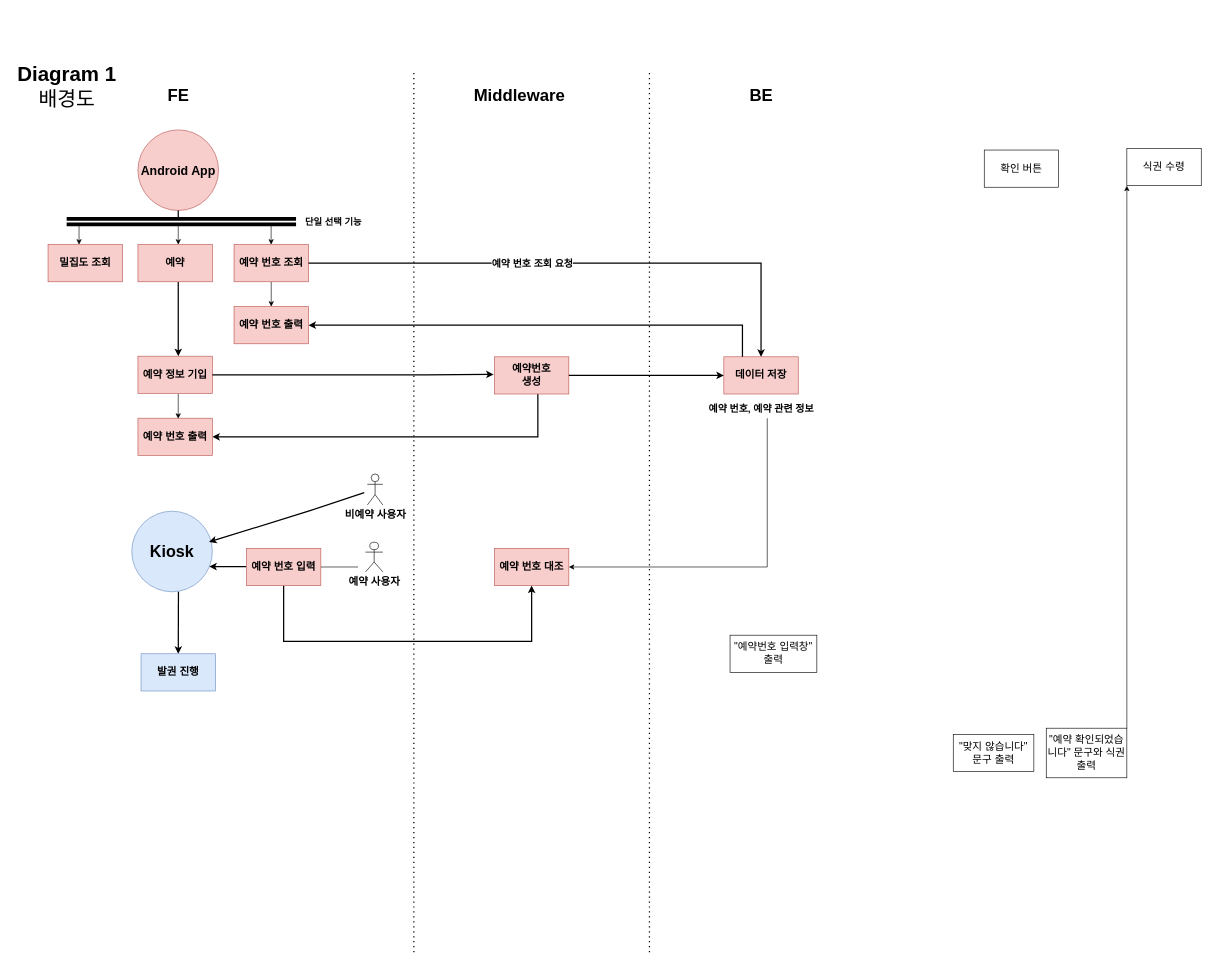
Earlier version of the draw.io diagram Background_Diagram_01_SWProject.drawio (StrongCatWill/SWProject). Source tidied: cells renumbered, new cells numbered last; positions are measured from the earlier drawing's top-left corner, leaving out a move shared by most shapes. Both pictures are drawn from the tidied source at 62%, with x=0, y=0 at pixel (11, 71).
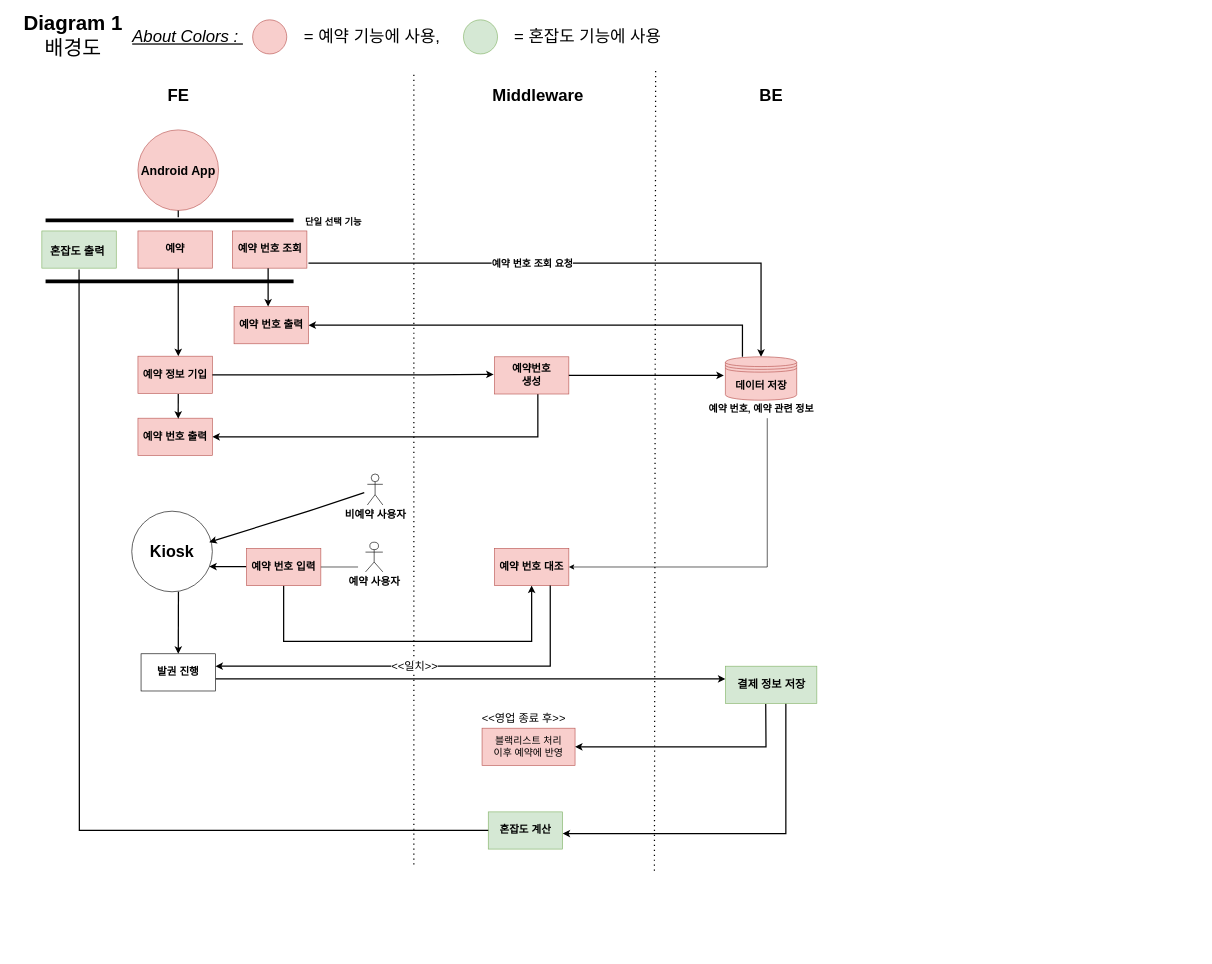
Above is the later version.

Unchanged cells that the change refers to:
```xml
<mxCell id="9" value="&lt;b&gt;예약번호&lt;br&gt;생성&lt;/b&gt;" style="rounded=0;whiteSpace=wrap;html=1;fontSize=17;fillColor=#f8cecc;strokeColor=#b85450;" parent="1" vertex="1">
  <mxGeometry x="780" y="461" width="120" height="60" as="geometry" />
</mxCell>
<mxCell id="34" value="&lt;b&gt;예약 번호 출력&lt;/b&gt;" style="whiteSpace=wrap;html=1;fontSize=17;rounded=0;fillColor=#f8cecc;strokeColor=#b85450;" parent="1" vertex="1">
  <mxGeometry x="360" y="380" width="120" height="60" as="geometry" />
</mxCell>
<mxCell id="38" value="&lt;b&gt;예약 번호 출력&lt;/b&gt;" style="whiteSpace=wrap;html=1;fontSize=17;fillColor=#f8cecc;strokeColor=#b85450;rounded=0;" parent="1" vertex="1">
  <mxGeometry x="205" y="560" width="120" height="60" as="geometry" />
</mxCell>
<mxCell id="47" value="&lt;font style=&quot;font-size: 17px&quot;&gt;&lt;b&gt;예약 번호 대조&lt;/b&gt;&lt;/font&gt;" style="whiteSpace=wrap;html=1;fontSize=16;fillColor=#f8cecc;strokeColor=#b85450;rounded=0;" parent="1" vertex="1">
  <mxGeometry x="780" y="770" width="120" height="60" as="geometry" />
</mxCell>
```

Change to the diagram source:
```diff
@@
     <mxCell id="3" value="&lt;b&gt;&lt;font style=&quot;font-size: 27px&quot;&gt;Middleware&lt;/font&gt;&lt;/b&gt;" style="text;html=1;align=center;verticalAlign=middle;strokeColor=none;fillColor=none;fontSize=13;" parent="1" vertex="1">
-      <mxGeometry x="740" y="25" width="160" height="30" as="geometry" />
+      <mxGeometry x="770" y="25" width="160" height="30" as="geometry" />
     </mxCell>
     <mxCell id="4" value="&lt;font style=&quot;font-size: 33px&quot;&gt;&lt;b&gt;Diagram 1&lt;/b&gt;&lt;br&gt;배경도&lt;br&gt;&lt;/font&gt;" style="text;html=1;align=center;verticalAlign=middle;strokeColor=none;fillColor=none;fontSize=13;" parent="1" vertex="1">
-      <mxGeometry width="180" height="50" as="geometry" />
+      <mxGeometry x="10" y="-82.5" width="180" height="50" as="geometry" />
     </mxCell>
@@
     <mxCell id="6" value="&lt;b&gt;예약&lt;/b&gt;" style="rounded=0;whiteSpace=wrap;html=1;fontSize=17;fillColor=#f8cecc;strokeColor=#b85450;" parent="1" vertex="1">
-      <mxGeometry x="205" y="280" width="120" height="60" as="geometry" />
+      <mxGeometry x="205" y="258" width="120" height="60" as="geometry" />
     </mxCell>
-    <mxCell id="7" value="&lt;b&gt;데이터 저장&lt;/b&gt;" style="rounded=0;whiteSpace=wrap;html=1;fontSize=17;fillColor=#f8cecc;strokeColor=#b85450;" parent="1" vertex="1">
-      <mxGeometry x="1150" y="461" width="120" height="60" as="geometry" />
-    </mxCell>
@@
     <mxCell id="10" value="&lt;b&gt;&lt;font style=&quot;font-size: 27px&quot;&gt;BE&lt;/font&gt;&lt;/b&gt;" style="text;html=1;align=center;verticalAlign=middle;strokeColor=none;fillColor=none;fontSize=13;" parent="1" vertex="1">
-      <mxGeometry x="1185" y="25" width="50" height="30" as="geometry" />
+      <mxGeometry x="1201.2" y="25" width="50" height="30" as="geometry" />
     </mxCell>
-    <mxCell id="11" value="&quot;예약번호 입력창&quot; 출력" style="rounded=0;whiteSpace=wrap;html=1;fontSize=17;" parent="1" vertex="1">
-      <mxGeometry x="1160" y="910" width="140" height="60" as="geometry" />
-    </mxCell>
-    <mxCell id="12" value="확인 버튼" style="rounded=0;whiteSpace=wrap;html=1;fontSize=17;" parent="1" vertex="1">
-      <mxGeometry x="1570" y="127.5" width="120" height="60" as="geometry" />
-    </mxCell>
-    <mxCell id="13" value="&quot;예약 확인되었습니다&quot; 문구와 식권 출력" style="rounded=0;whiteSpace=wrap;html=1;fontSize=17;" parent="1" vertex="1">
-      <mxGeometry x="1670" y="1060" width="130" height="80" as="geometry" />
-    </mxCell>
-    <mxCell id="14" value="&quot;맞지 않습니다&quot; 문구 출력" style="rounded=0;whiteSpace=wrap;html=1;fontSize=17;" parent="1" vertex="1">
-      <mxGeometry x="1520" y="1070" width="130" height="60" as="geometry" />
-    </mxCell>
-    <mxCell id="15" value="식권 수령" style="rounded=0;whiteSpace=wrap;html=1;fontSize=17;" parent="1" vertex="1">
-      <mxGeometry x="1800" y="125" width="120" height="60" as="geometry" />
-    </mxCell>
-    <mxCell id="16" style="endArrow=classic;html=1;rounded=0;fontSize=17;exitX=1;exitY=0;exitDx=0;exitDy=0;entryX=0;entryY=1;entryDx=0;entryDy=0;" parent="1" edge="1" source="13" target="15">
-      <mxGeometry relative="1" as="geometry" />
-    </mxCell>
@@
-    <mxCell id="18" value="&lt;b&gt;밀집도 조회&lt;/b&gt;" style="rounded=0;whiteSpace=wrap;html=1;fontSize=17;fillColor=#f8cecc;strokeColor=#b85450;" parent="1" vertex="1">
-      <mxGeometry x="60" y="280" width="120" height="60" as="geometry" />
-    </mxCell>
-    <mxCell id="19" style="shape=link;html=1;rounded=0;fontSize=18;strokeWidth=6;" parent="1" edge="1">
+    <mxCell id="19" style="shape=link;html=1;rounded=0;fontSize=18;strokeWidth=6;width=93.33333333333334;" parent="1" edge="1">
       <mxGeometry relative="1" as="geometry">
-        <mxPoint x="90" y="243" as="sourcePoint" />
-        <mxPoint x="460" y="243" as="targetPoint" />
+        <mxPoint x="56" y="290" as="sourcePoint" />
+        <mxPoint x="456" y="290" as="targetPoint" />
       </mxGeometry>
     </mxCell>
-    <mxCell id="20" style="endArrow=classic;html=1;rounded=0;fontSize=18;" parent="1" edge="1" target="18">
-      <mxGeometry relative="1" as="geometry">
-        <mxPoint x="110" y="250" as="sourcePoint" />
-        <Array as="points">
-          <mxPoint x="110" y="280" />
-        </Array>
-      </mxGeometry>
-    </mxCell>
-    <mxCell id="21" style="endArrow=classic;html=1;rounded=0;fontSize=18;" parent="1" edge="1">
-      <mxGeometry relative="1" as="geometry">
-        <mxPoint x="270" y="250" as="sourcePoint" />
-        <mxPoint x="270" y="280" as="targetPoint" />
-        <Array as="points">
-          <mxPoint x="270" y="280" />
-        </Array>
-      </mxGeometry>
-    </mxCell>
@@
-    <mxCell id="25" style="endArrow=classic;html=1;rounded=0;fontSize=18;strokeWidth=2;entryX=0;entryY=0.5;entryDx=0;entryDy=0;exitX=1;exitY=0.5;exitDx=0;exitDy=0;" parent="1" edge="1" source="9" target="7">
-      <mxGeometry relative="1" as="geometry" />
+    <mxCell id="25" style="endArrow=classic;html=1;rounded=0;fontSize=18;strokeWidth=2;entryX=0;entryY=0.5;entryDx=0;entryDy=0;exitX=1;exitY=0.5;exitDx=0;exitDy=0;" parent="1" edge="1" source="9">
+      <mxGeometry relative="1" as="geometry">
+        <mxPoint x="1150" y="491" as="targetPoint" />
+      </mxGeometry>
     </mxCell>
-    <mxCell id="26" style="edgeStyle=orthogonalEdgeStyle;rounded=0;jettySize=auto;html=1;fontSize=13;strokeWidth=1;" parent="1" edge="1" source="27" target="34">
-      <mxGeometry relative="1" as="geometry" />
-    </mxCell>
     <mxCell id="27" value="&lt;b&gt;예약 번호 조회&lt;/b&gt;" style="rounded=0;whiteSpace=wrap;html=1;fontSize=17;fillColor=#f8cecc;strokeColor=#b85450;" parent="1" vertex="1">
-      <mxGeometry x="360" y="280" width="120" height="60" as="geometry" />
+      <mxGeometry x="357.5" y="258" width="120" height="60" as="geometry" />
     </mxCell>
-    <mxCell id="28" style="endArrow=classic;html=1;rounded=0;fontSize=18;" parent="1" edge="1">
-      <mxGeometry relative="1" as="geometry">
-        <mxPoint x="419.8" y="250" as="sourcePoint" />
-        <mxPoint x="419.8" y="280" as="targetPoint" />
-        <Array as="points">
-          <mxPoint x="419.8" y="280" />
-        </Array>
-      </mxGeometry>
-    </mxCell>
@@
-    <mxCell id="31" style="endArrow=classic;html=1;rounded=0;fontSize=13;strokeWidth=2;entryX=0.5;entryY=0;entryDx=0;entryDy=0;" parent="1" edge="1" target="7">
+    <mxCell id="31" style="endArrow=classic;html=1;rounded=0;fontSize=13;strokeWidth=2;entryX=0.5;entryY=0;entryDx=0;entryDy=0;" parent="1" edge="1">
       <mxGeometry relative="1" as="geometry">
         <mxPoint x="480" y="310" as="sourcePoint" />
+        <mxPoint x="1210" y="461" as="targetPoint" />
         <Array as="points">
           <mxPoint x="1210" y="310" />
         </Array>
       </mxGeometry>
     </mxCell>
@@
-    <mxCell id="33" style="endArrow=classic;html=1;rounded=0;fontSize=13;strokeWidth=2;exitX=0.25;exitY=0;exitDx=0;exitDy=0;" parent="1" edge="1" source="7">
+    <mxCell id="33" style="endArrow=classic;html=1;rounded=0;fontSize=13;strokeWidth=2;exitX=0.25;exitY=0;exitDx=0;exitDy=0;" parent="1" edge="1">
       <mxGeometry relative="1" as="geometry">
+        <mxPoint x="1180" y="461" as="sourcePoint" />
         <mxPoint x="480" y="410" as="targetPoint" />
         <Array as="points">
           <mxPoint x="1180" y="410" />
           <mxPoint x="1170" y="410" />
         </Array>
       </mxGeometry>
     </mxCell>
@@
-    <mxCell id="36" value="&lt;font style=&quot;font-size: 26px&quot;&gt;&lt;b&gt;Kiosk&lt;/b&gt;&lt;/font&gt;" style="ellipse;whiteSpace=wrap;html=1;fillColor=#dae8fc;strokeColor=#6c8ebf;" parent="1" vertex="1">
+    <mxCell id="36" value="&lt;font style=&quot;font-size: 26px&quot;&gt;&lt;b&gt;Kiosk&lt;/b&gt;&lt;/font&gt;" style="ellipse;whiteSpace=wrap;html=1;" parent="1" vertex="1">
       <mxGeometry x="195" y="710" width="130" height="130" as="geometry" />
     </mxCell>
@@
-    <mxCell id="39" style="endArrow=classic;html=1;rounded=0;fontSize=16;strokeWidth=1;entryX=0.541;entryY=0.013;entryDx=0;entryDy=0;entryPerimeter=0;" parent="1" edge="1" target="38">
+    <mxCell id="39" style="endArrow=classic;html=1;rounded=0;fontSize=16;strokeWidth=2;entryX=0.541;entryY=0.013;entryDx=0;entryDy=0;entryPerimeter=0;" parent="1" edge="1" target="38">
       <mxGeometry relative="1" as="geometry">
         <mxPoint x="270" y="521" as="sourcePoint" />
       </mxGeometry>
     </mxCell>
     <mxCell id="40" style="endArrow=none;dashed=1;html=1;dashPattern=1 3;strokeWidth=2;rounded=0;fontSize=16;" parent="1" edge="1">
       <mxGeometry relative="1" as="geometry">
-        <mxPoint x="650" y="1421.4" as="sourcePoint" />
+        <mxPoint x="650" y="1280" as="sourcePoint" />
         <mxPoint x="650" as="targetPoint" />
       </mxGeometry>
     </mxCell>
     <mxCell id="41" style="endArrow=none;dashed=1;html=1;dashPattern=1 3;strokeWidth=2;rounded=0;fontSize=16;" parent="1" edge="1">
       <mxGeometry relative="1" as="geometry">
-        <mxPoint x="1030" y="1421.4" as="sourcePoint" />
-        <mxPoint x="1030" as="targetPoint" />
+        <mxPoint x="1038" y="1290" as="sourcePoint" />
+        <mxPoint x="1040" as="targetPoint" />
       </mxGeometry>
     </mxCell>
-    <mxCell id="42" style="endArrow=classic;html=1;rounded=0;fontSize=16;strokeWidth=2;entryX=0.959;entryY=0.312;entryDx=0;entryDy=0;entryPerimeter=0;" parent="1" edge="1">
+    <mxCell id="42" style="endArrow=classic;html=1;rounded=0;fontSize=16;strokeWidth=2;" parent="1" edge="1">
       <mxGeometry relative="1" as="geometry">
         <mxPoint x="570" y="680" as="sourcePoint" />
-        <mxPoint x="319.7" y="759.6" as="targetPoint" />
+        <mxPoint x="320" y="760" as="targetPoint" />
         <Array as="points">
           <mxPoint x="480" y="710" />
         </Array>
       </mxGeometry>
     </mxCell>
@@
+    <mxCell id="51" style="edgeStyle=orthogonalEdgeStyle;rounded=0;jettySize=auto;html=1;fontSize=18;strokeWidth=2;exitX=1.001;exitY=0.676;exitDx=0;exitDy=0;exitPerimeter=0;" parent="1" edge="1" source="50" target="55">
+      <mxGeometry relative="1" as="geometry">
+        <Array as="points">
+          <mxPoint x="1226" y="981" />
+        </Array>
+      </mxGeometry>
+    </mxCell>
-    <mxCell id="50" value="&lt;font style=&quot;font-size: 17px&quot;&gt;&lt;b&gt;발권 진행&lt;/b&gt;&lt;/font&gt;" style="rounded=0;whiteSpace=wrap;html=1;fontSize=17;fillColor=#dae8fc;strokeColor=#6c8ebf;" parent="1" vertex="1">
+    <mxCell id="50" value="&lt;font style=&quot;font-size: 17px&quot;&gt;&lt;b&gt;발권 진행&lt;/b&gt;&lt;/font&gt;" style="rounded=0;whiteSpace=wrap;html=1;fontSize=17;" parent="1" vertex="1">
       <mxGeometry x="210" y="940" width="120" height="60" as="geometry" />
     </mxCell>
+    <mxCell id="52" style="endArrow=classic;html=1;rounded=0;fontSize=17;strokeWidth=2;exitX=0.75;exitY=1;exitDx=0;exitDy=0;" parent="1" edge="1" source="47">
+      <mxGeometry relative="1" as="geometry">
+        <mxPoint x="330" y="960" as="targetPoint" />
+        <Array as="points">
+          <mxPoint x="870" y="960" />
+          <mxPoint x="700" y="960" />
+          <mxPoint x="560" y="960" />
+        </Array>
+      </mxGeometry>
+    </mxCell>
+    <mxCell id="7" value="&lt;b&gt;데이터 저장&lt;/b&gt;" style="shape=datastore;whiteSpace=wrap;html=1;fontSize=17;fillColor=#f8cecc;strokeColor=#b85450;" parent="1" vertex="1">
+      <mxGeometry x="1152.5" y="461" width="115" height="70" as="geometry" />
+    </mxCell>
+    <mxCell id="53" value="&lt;font style=&quot;font-size: 18px&quot;&gt;&amp;lt;&amp;lt;일치&amp;gt;&amp;gt;&lt;/font&gt;" style="edgeLabel;html=1;align=center;verticalAlign=middle;fontSize=17;" parent="1" vertex="1">
+      <mxGeometry x="650" y="960" as="geometry" />
+    </mxCell>
+    <mxCell id="54" style="edgeStyle=orthogonalEdgeStyle;rounded=0;jettySize=auto;html=1;fontSize=18;strokeWidth=2;" parent="1" edge="1" source="55" target="56">
+      <mxGeometry relative="1" as="geometry">
+        <Array as="points">
+          <mxPoint x="1250" y="1230" />
+          <mxPoint x="840" y="1230" />
+        </Array>
+      </mxGeometry>
+    </mxCell>
+    <mxCell id="55" value="&lt;font style=&quot;font-size: 18px&quot;&gt;&lt;b&gt;결제 정보 저장&lt;/b&gt;&lt;br&gt;&lt;/font&gt;" style="whiteSpace=wrap;html=1;fontSize=17;fillColor=#d5e8d4;strokeColor=#82b366;rounded=0;" parent="1" vertex="1">
+      <mxGeometry x="1152.5" y="960" width="147.5" height="60" as="geometry" />
+    </mxCell>
+    <mxCell id="56" value="&lt;b&gt;혼잡도 계산&lt;/b&gt;" style="whiteSpace=wrap;html=1;fontSize=17;fillColor=#d5e8d4;strokeColor=#82b366;rounded=0;" parent="1" vertex="1">
+      <mxGeometry x="770" y="1195" width="120" height="60" as="geometry" />
+    </mxCell>
+    <mxCell id="57" value="블랙리스트 처리&lt;br&gt;이후 예약에 반영" style="whiteSpace=wrap;html=1;fontSize=16;fillColor=#f8cecc;strokeColor=#b85450;rounded=0;" parent="1" vertex="1">
+      <mxGeometry x="760" y="1060" width="150" height="60" as="geometry" />
+    </mxCell>
+    <mxCell id="58" value="&lt;font style=&quot;font-size: 18px&quot;&gt;&amp;lt;&amp;lt;영업 종료 후&amp;gt;&amp;gt;&lt;/font&gt;" style="edgeLabel;html=1;align=center;verticalAlign=middle;fontSize=17;labelBackgroundColor=none;" parent="1" vertex="1">
+      <mxGeometry x="840" y="1040" as="geometry">
+        <mxPoint x="-14" y="4" as="offset" />
+      </mxGeometry>
+    </mxCell>
+    <mxCell id="59" style="endArrow=classic;html=1;rounded=0;fontSize=18;strokeWidth=2;exitX=0.441;exitY=1.017;exitDx=0;exitDy=0;exitPerimeter=0;entryX=1;entryY=0.5;entryDx=0;entryDy=0;" parent="1" edge="1" source="55" target="57">
+      <mxGeometry relative="1" as="geometry">
+        <Array as="points">
+          <mxPoint x="1218" y="1090" />
+        </Array>
+      </mxGeometry>
+    </mxCell>
+    <mxCell id="60" value="&lt;font size=&quot;1&quot;&gt;&lt;i style=&quot;font-size: 27px&quot;&gt;&lt;u&gt;About Colors :&amp;nbsp;&lt;/u&gt;&lt;/i&gt;&lt;/font&gt;" style="text;html=1;align=center;verticalAlign=middle;strokeColor=none;fillColor=none;fontSize=18;" parent="1" vertex="1">
+      <mxGeometry x="190" y="-70" width="190" height="30" as="geometry" />
+    </mxCell>
+    <mxCell id="61" style="ellipse;whiteSpace=wrap;html=1;labelBackgroundColor=none;fontSize=27;fillColor=#f8cecc;strokeColor=#b85450;" parent="1" vertex="1">
+      <mxGeometry x="390" y="-82.5" width="55" height="55" as="geometry" />
+    </mxCell>
+    <mxCell id="62" value="= 예약 기능에 사용,&amp;nbsp;" style="text;html=1;align=center;verticalAlign=middle;strokeColor=none;fillColor=none;fontSize=27;" parent="1" vertex="1">
+      <mxGeometry x="456" y="-75" width="260" height="40" as="geometry" />
+    </mxCell>
+    <mxCell id="63" style="ellipse;whiteSpace=wrap;html=1;labelBackgroundColor=none;fontSize=27;fillColor=#d5e8d4;strokeColor=#82b366;" parent="1" vertex="1">
+      <mxGeometry x="730" y="-82.5" width="55" height="55" as="geometry" />
+    </mxCell>
+    <mxCell id="64" value="= 혼잡도 기능에 사용" style="text;html=1;align=center;verticalAlign=middle;strokeColor=none;fillColor=none;fontSize=27;" parent="1" vertex="1">
+      <mxGeometry x="795" y="-75" width="270" height="40" as="geometry" />
+    </mxCell>
+    <mxCell id="65" value="&lt;font style=&quot;font-size: 18px&quot;&gt;&lt;b&gt;혼잡도 출력&amp;nbsp;&lt;/b&gt;&lt;/font&gt;" style="rounded=0;whiteSpace=wrap;html=1;labelBackgroundColor=none;fontSize=27;fillColor=#d5e8d4;strokeColor=#82b366;" parent="1" vertex="1">
+      <mxGeometry x="50" y="258" width="120" height="60" as="geometry" />
+    </mxCell>
+    <mxCell id="66" style="edgeStyle=orthogonalEdgeStyle;jettySize=auto;html=1;fontSize=18;strokeWidth=2;endArrow=none;rounded=0;" parent="1" edge="1" source="56">
+      <mxGeometry relative="1" as="geometry">
+        <mxPoint x="110" y="320" as="targetPoint" />
+      </mxGeometry>
+    </mxCell>
+    <mxCell id="67" style="endArrow=classic;html=1;rounded=0;fontSize=18;strokeWidth=2;entryX=0.458;entryY=0;entryDx=0;entryDy=0;entryPerimeter=0;" parent="1" edge="1" target="34">
+      <mxGeometry relative="1" as="geometry">
+        <mxPoint x="415" y="318" as="sourcePoint" />
+      </mxGeometry>
+    </mxCell>
```
